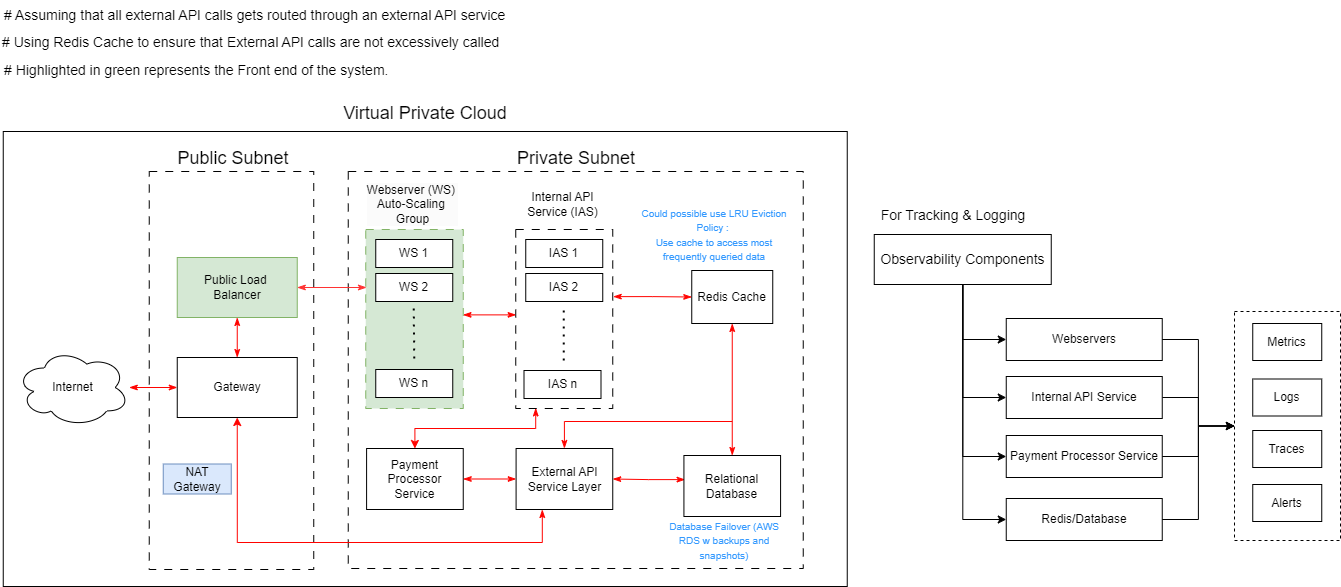
joshuachuaaa/razer_assesment keeps this draw.io diagram as Q1/Q1_Network_Architecture.png. Above is the earlier version. Source tidied: cells renumbered, new cells last; positions are measured from the earlier drawing's top-left corner, leaving out a move shared by most shapes.
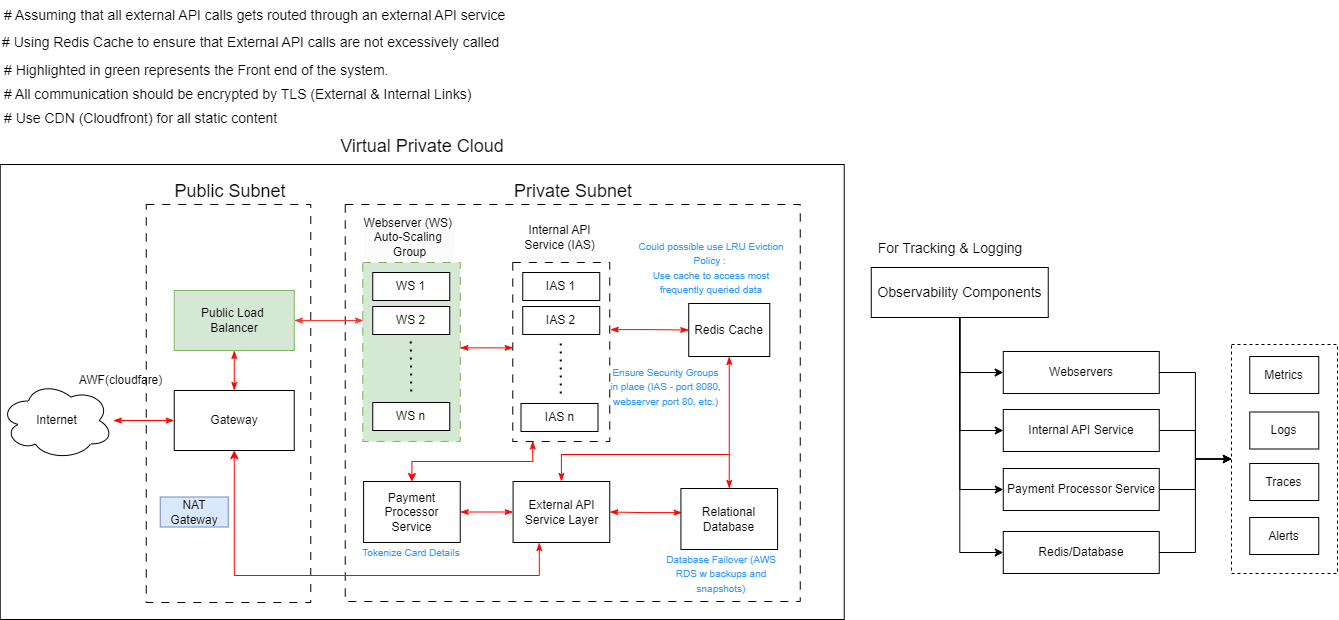
The same diagram one commit later.

The edit, as a diff of the source:
```diff
@@ -18,7 +18,7 @@
       <mxGeometry relative="1" as="geometry" />
     </mxCell>
     <mxCell id="7" value="Internet" style="ellipse;shape=cloud;whiteSpace=wrap;html=1;" parent="1" vertex="1">
-      <mxGeometry x="15.8" y="348" width="113" height="78" as="geometry" />
+      <mxGeometry x="2.8" y="348" width="113" height="78" as="geometry" />
     </mxCell>
     <mxCell id="8" style="edgeStyle=orthogonalEdgeStyle;rounded=0;jettySize=auto;html=1;entryX=0.5;entryY=1;entryDx=0;entryDy=0;startArrow=classicThin;startFill=1;endArrow=classicThin;endFill=1;strokeColor=#FF0300;" parent="1" edge="1" source="9" target="5">
       <mxGeometry relative="1" as="geometry" />
@@ -106,7 +106,7 @@
       <mxGeometry x="634.8" y="219" width="158" height="30" as="geometry" />
     </mxCell>
     <mxCell id="32" value="&lt;font style=&quot;font-size: 14px;&quot;&gt;# Assuming that all external API calls gets routed through an external API service&lt;/font&gt;" style="text;html=1;align=left;verticalAlign=middle;whiteSpace=wrap;rounded=0;" parent="1" vertex="1">
-      <mxGeometry x="2" width="507" height="30" as="geometry" />
+      <mxGeometry x="4.8" y="-33" width="507" height="30" as="geometry" />
     </mxCell>
     <mxCell id="33" value="NAT Gateway" style="text;html=1;align=center;verticalAlign=middle;whiteSpace=wrap;rounded=0;fillColor=#dae8fc;strokeColor=#6c8ebf;" parent="1" vertex="1">
       <mxGeometry x="162.8" y="463.5" width="68" height="30" as="geometry" />
@@ -136,7 +136,7 @@
       <mxGeometry x="11.8" y="181" width="77" height="28" as="geometry" />
     </mxCell>
     <mxCell id="41" value="&lt;font style=&quot;font-size: 14px;&quot;&gt;# Using Redis Cache to ensure that External API calls are not excessively called&lt;/font&gt;" style="text;html=1;align=left;verticalAlign=middle;whiteSpace=wrap;rounded=0;" parent="1" vertex="1">
-      <mxGeometry y="27" width="507" height="30" as="geometry" />
+      <mxGeometry x="2.8" y="-6" width="507" height="30" as="geometry" />
     </mxCell>
     <mxCell id="42" value="&lt;font style=&quot;font-size: 14px;&quot;&gt;For Tracking &amp;amp; Logging&lt;/font&gt;" style="text;html=1;align=center;verticalAlign=middle;whiteSpace=wrap;rounded=0;" parent="1" vertex="1">
       <mxGeometry x="871.8" y="200" width="162" height="30" as="geometry" />
@@ -202,7 +202,22 @@
       <mxGeometry x="476.5" y="143" width="197.5" height="30" as="geometry" />
     </mxCell>
     <mxCell id="63" value="&lt;font style=&quot;font-size: 14px;&quot;&gt;# Highlighted in green represents the Front end of the system.&lt;/font&gt;" style="text;html=1;align=left;verticalAlign=middle;whiteSpace=wrap;rounded=0;" parent="1" vertex="1">
-      <mxGeometry x="2" y="55" width="507" height="30" as="geometry" />
+      <mxGeometry x="4.8" y="22" width="507" height="30" as="geometry" />
     </mxCell>
+    <mxCell id="64" value="&lt;font style=&quot;font-size: 14px;&quot;&gt;# All communication should be encrypted by TLS (External &amp;amp; Internal Links)&lt;/font&gt;" style="text;html=1;align=left;verticalAlign=middle;whiteSpace=wrap;rounded=0;" parent="1" vertex="1">
+      <mxGeometry x="4.8" y="46" width="507" height="30" as="geometry" />
+    </mxCell>
+    <mxCell id="65" value="AWF(cloudfare)" style="text;html=1;align=center;verticalAlign=middle;strokeColor=none;fillColor=none;" parent="1" vertex="1">
+      <mxGeometry x="72" y="334" width="102" height="26" as="geometry" />
+    </mxCell>
+    <mxCell id="66" value="&lt;font style=&quot;font-size: 10px; color: rgb(51, 153, 255);&quot;&gt;Tokenize Card Details&lt;/font&gt;" style="text;html=1;align=center;verticalAlign=middle;whiteSpace=wrap;rounded=0;" parent="1" vertex="1">
+      <mxGeometry x="350.4" y="504" width="128" height="30" as="geometry" />
+    </mxCell>
+    <mxCell id="67" value="&lt;font style=&quot;font-size: 10px; color: rgb(51, 153, 255);&quot;&gt;Ensure&amp;nbsp;Security Groups in place (IAS - port 8080, webserver port 80, etc.)&lt;/font&gt;" style="text;html=1;align=center;verticalAlign=middle;whiteSpace=wrap;rounded=0;" parent="1" vertex="1">
+      <mxGeometry x="612.2" y="326.5" width="113" height="52" as="geometry" />
+    </mxCell>
+    <mxCell id="68" value="&lt;font style=&quot;font-size: 14px;&quot;&gt;# Use CDN (Cloudfront) for all static content&lt;/font&gt;" style="text;html=1;align=left;verticalAlign=middle;whiteSpace=wrap;rounded=0;" parent="1" vertex="1">
+      <mxGeometry x="4.8" y="70" width="507" height="30" as="geometry" />
+    </mxCell>
   </root>
 </mxGraphModel>
```
